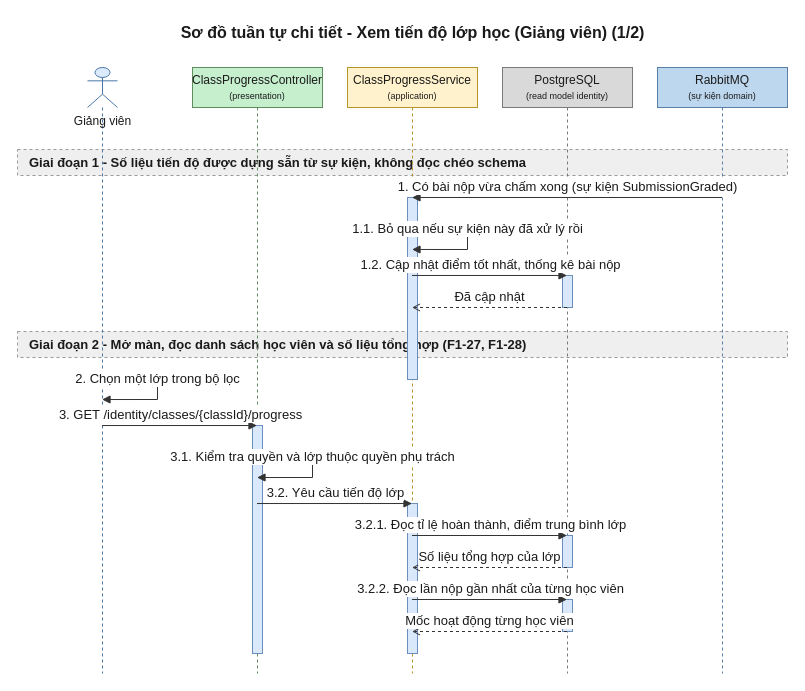
Before: 08-diagram/sequence/gv/sequence_gv_xem_tien_do_lop_p1.drawio in daiphu1801/PRJ_ALGOPREP, a draw.io diagram. Source tidied: cells renumbered, new cells numbered last; positions are measured from the earlier drawing's top-left corner, leaving out a move shared by most shapes. Both pictures are drawn from the tidied source at 100%, with x=0, y=0 at pixel (17, 17).
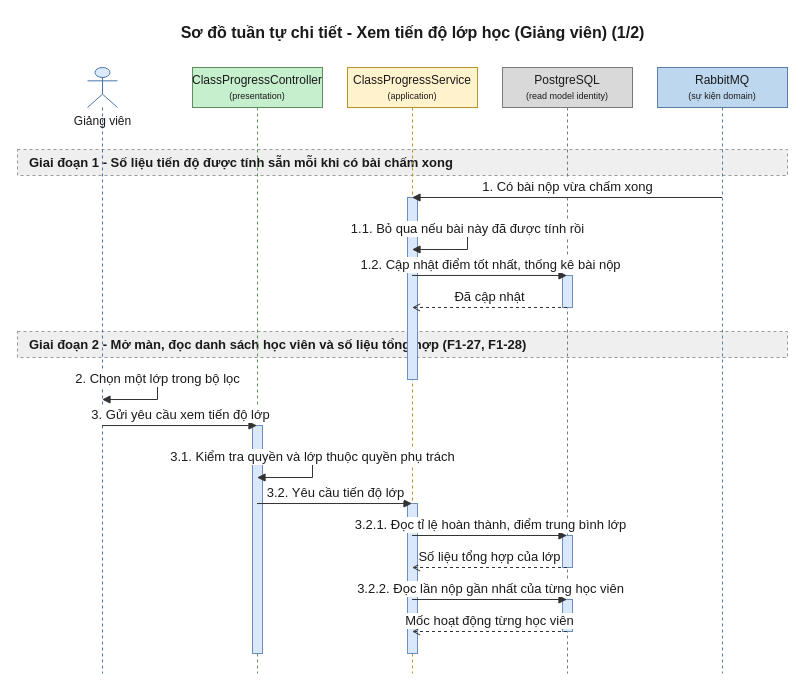
After the change.

Unchanged cells that the change refers to:
```xml
<mxCell id="5" value="Giảng viên" style="shape=umlLifeline;participant=umlActor;perimeter=lifelinePerimeter;html=1;outlineConnect=0;size=40;verticalAlign=top;spacingTop=40;fillColor=#DCEBFC;strokeColor=#4A76A8;fontColor=#1A1A1A;" parent="1" vertex="1">
  <mxGeometry x="70" y="50" width="30" height="606" as="geometry" />
</mxCell>
<mxCell id="6" value="ClassProgressController&lt;br&gt;&lt;font style=&quot;font-size:9px&quot;&gt;(presentation)&lt;/font&gt;" style="shape=umlLifeline;perimeter=lifelinePerimeter;whiteSpace=wrap;html=1;outlineConnect=0;size=40;fillColor=#C6EFCE;strokeColor=#5E8E5E;fontColor=#1A1A1A;" parent="1" vertex="1">
  <mxGeometry x="175" y="50" width="130" height="606" as="geometry" />
</mxCell>
<mxCell id="7" value="ClassProgressService&lt;br&gt;&lt;font style=&quot;font-size:9px&quot;&gt;(application)&lt;/font&gt;" style="shape=umlLifeline;perimeter=lifelinePerimeter;whiteSpace=wrap;html=1;outlineConnect=0;size=40;fillColor=#FFF2CC;strokeColor=#B8952A;fontColor=#1A1A1A;" parent="1" vertex="1">
  <mxGeometry x="330" y="50" width="130" height="606" as="geometry" />
</mxCell>
<mxCell id="9" value="RabbitMQ&lt;br&gt;&lt;font style=&quot;font-size:9px&quot;&gt;(sự kiện domain)&lt;/font&gt;" style="shape=umlLifeline;perimeter=lifelinePerimeter;whiteSpace=wrap;html=1;outlineConnect=0;size=40;fillColor=#BDD7EE;strokeColor=#5A7FA6;fontColor=#1A1A1A;" parent="1" vertex="1">
  <mxGeometry x="640" y="50" width="130" height="606" as="geometry" />
</mxCell>
```

Change to the diagram source:
```diff
@@
-    <mxCell id="3" value="Giai đoạn 1 - Số liệu tiến độ được dựng sẵn từ sự kiện, không đọc chéo schema" style="algoprep=phase;rounded=0;whiteSpace=wrap;html=1;fillColor=#EFEFEF;strokeColor=#999999;dashed=1;align=left;verticalAlign=middle;spacingLeft=10;fontColor=#1A1A1A;fontSize=13;fontStyle=1;" parent="1" vertex="1">
+    <mxCell id="3" value="Giai đoạn 1 - Số liệu tiến độ được tính sẵn mỗi khi có bài chấm xong" style="algoprep=phase;rounded=0;whiteSpace=wrap;html=1;fillColor=#EFEFEF;strokeColor=#999999;dashed=1;align=left;verticalAlign=middle;spacingLeft=10;fontColor=#1A1A1A;fontSize=13;fontStyle=1;" parent="1" vertex="1">
       <mxGeometry y="132" width="770" height="26" as="geometry" />
     </mxCell>
@@
-    <mxCell id="16" value="1. Có bài nộp vừa chấm xong (sự kiện SubmissionGraded)" style="edgeStyle=none;html=1;endArrow=block;endFill=1;strokeColor=#333333;fontColor=#1A1A1A;fontSize=13;verticalAlign=bottom;exitX=0.5;exitY=0.2145;exitDx=0;exitDy=0;entryX=0.5;entryY=0.2145;entryDx=0;entryDy=0;" parent="1" edge="1" source="9" target="7">
+    <mxCell id="16" value="1. Có bài nộp vừa chấm xong" style="edgeStyle=none;html=1;endArrow=block;endFill=1;strokeColor=#333333;fontColor=#1A1A1A;fontSize=13;verticalAlign=bottom;exitX=0.5;exitY=0.2145;exitDx=0;exitDy=0;entryX=0.5;entryY=0.2145;entryDx=0;entryDy=0;" parent="1" edge="1" source="9" target="7">
       <mxGeometry relative="1" as="geometry" />
     </mxCell>
-    <mxCell id="17" value="1.1. Bỏ qua nếu sự kiện này đã xử lý rồi" style="edgeStyle=orthogonalEdgeStyle;rounded=0;html=1;endArrow=block;endFill=1;strokeColor=#333333;fontColor=#1A1A1A;fontSize=13;verticalAlign=bottom;exitX=0.5;exitY=0.2673;exitDx=0;exitDy=0;entryX=0.5;entryY=0.3003;entryDx=0;entryDy=0;" parent="1" edge="1" source="7" target="7">
+    <mxCell id="17" value="1.1. Bỏ qua nếu bài này đã được tính rồi" style="edgeStyle=orthogonalEdgeStyle;rounded=0;html=1;endArrow=block;endFill=1;strokeColor=#333333;fontColor=#1A1A1A;fontSize=13;verticalAlign=bottom;exitX=0.5;exitY=0.2673;exitDx=0;exitDy=0;entryX=0.5;entryY=0.3003;entryDx=0;entryDy=0;" parent="1" edge="1" source="7" target="7">
       <mxGeometry relative="1" as="geometry">
         <Array as="points">
           <mxPoint x="450" y="212" />
           <mxPoint x="450" y="232" />
         </Array>
       </mxGeometry>
     </mxCell>
@@
-    <mxCell id="21" value="3. GET /identity/classes/{classId}/progress" style="edgeStyle=none;html=1;endArrow=block;endFill=1;strokeColor=#333333;fontColor=#1A1A1A;fontSize=13;verticalAlign=bottom;exitX=0.5;exitY=0.5908;exitDx=0;exitDy=0;entryX=0.5;entryY=0.5908;entryDx=0;entryDy=0;" parent="1" edge="1" source="5" target="6">
+    <mxCell id="21" value="3. Gửi yêu cầu xem tiến độ lớp" style="edgeStyle=none;html=1;endArrow=block;endFill=1;strokeColor=#333333;fontColor=#1A1A1A;fontSize=13;verticalAlign=bottom;exitX=0.5;exitY=0.5908;exitDx=0;exitDy=0;entryX=0.5;entryY=0.5908;entryDx=0;entryDy=0;" parent="1" edge="1" source="5" target="6">
       <mxGeometry relative="1" as="geometry" />
     </mxCell>
```
